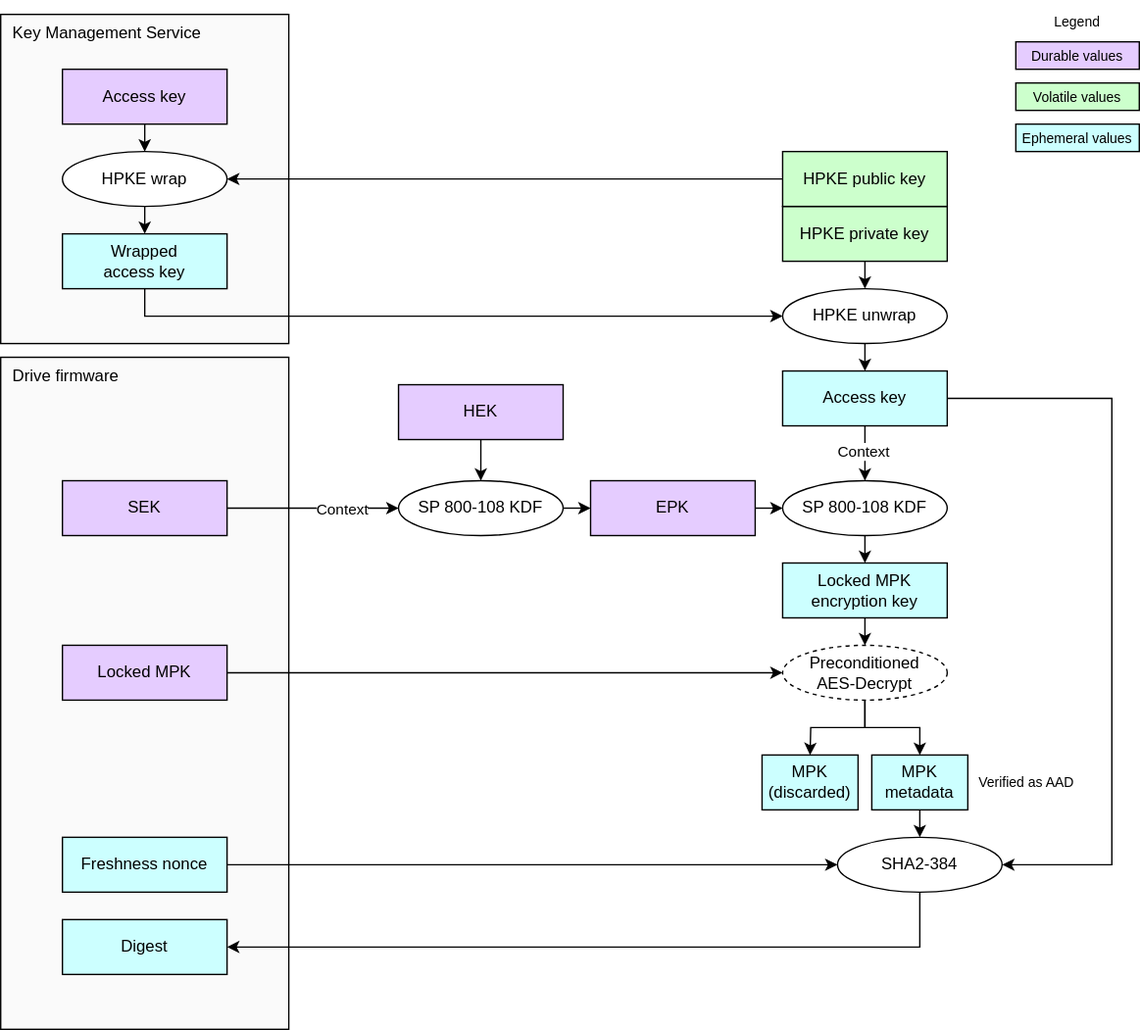
chipsalliance/Caliptra keeps this draw.io diagram as doc/ocp_lock/diagrams/mpk_access_key_testing.drawio.svg. Above is the earlier version. Source tidied: cells renumbered, new cells last; positions are measured from the earlier drawing's top-left corner, leaving out a move shared by most shapes.
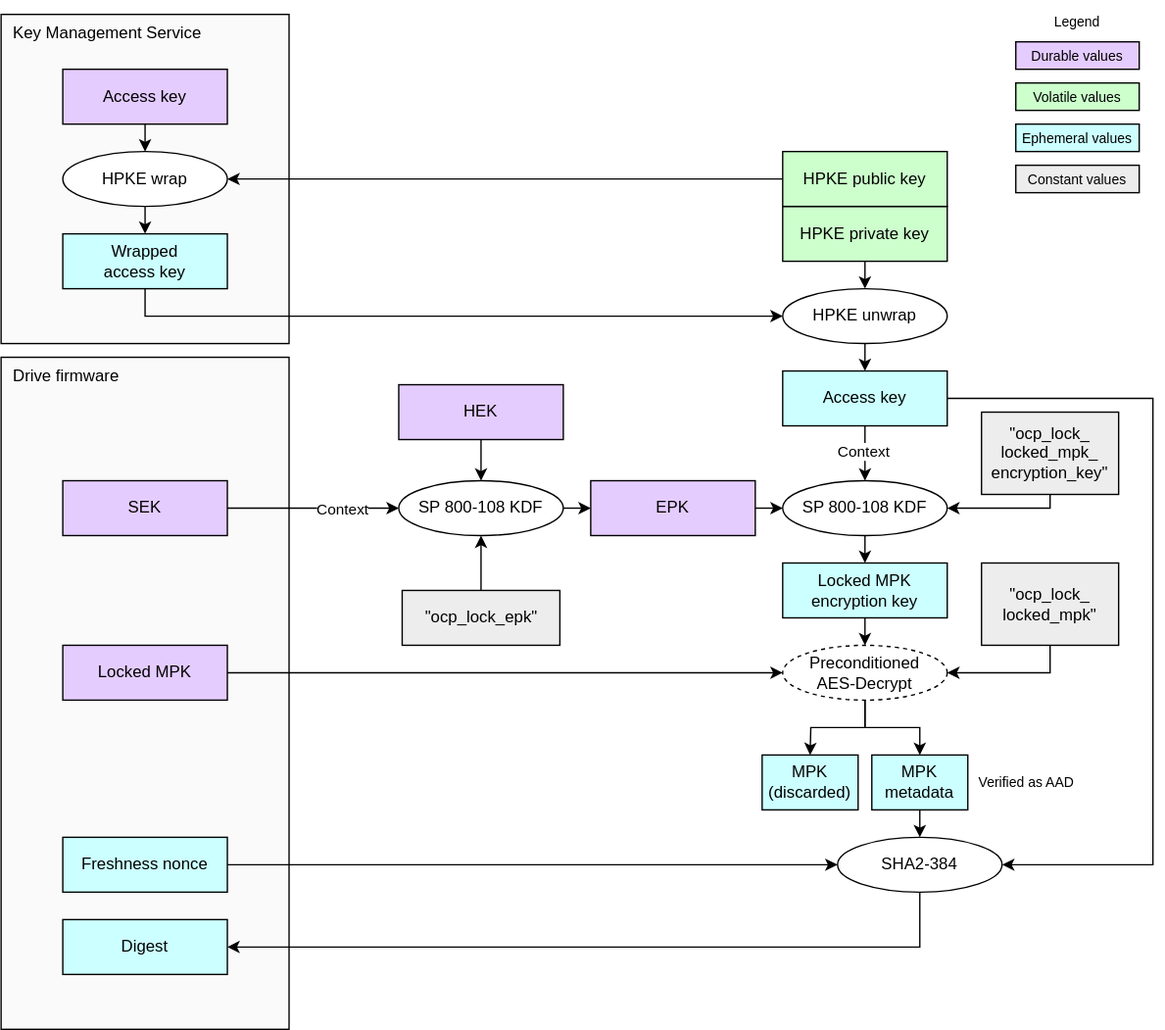
The same diagram one commit later.

Commit message:
[OCP-LOCK]: Add KDF labels to diagrams (#632)

Diff of the diagram source:
```diff
@@ -79,8 +79,8 @@
     <mxCell id="26" style="edgeStyle=orthogonalEdgeStyle;html=1;exitX=1;exitY=0.5;exitDx=0;exitDy=0;entryX=1;entryY=0.5;entryDx=0;entryDy=0;rounded=0;" parent="1" edge="1" source="27" target="8">
       <mxGeometry relative="1" as="geometry">
         <Array as="points">
-          <mxPoint x="810" y="290" />
-          <mxPoint x="810" y="630" />
+          <mxPoint x="840" y="290" />
+          <mxPoint x="840" y="630" />
         </Array>
       </mxGeometry>
     </mxCell>
@@ -164,5 +164,26 @@
         <mxPoint y="-1" as="offset" />
       </mxGeometry>
     </mxCell>
+    <mxCell id="51" style="edgeStyle=none;html=1;exitX=0.5;exitY=0;exitDx=0;exitDy=0;entryX=0.5;entryY=1;entryDx=0;entryDy=0;" parent="1" edge="1" source="52" target="45">
+      <mxGeometry relative="1" as="geometry" />
+    </mxCell>
+    <mxCell id="52" value="&lt;div&gt;&lt;span style=&quot;background-color: transparent;&quot;&gt;&quot;ocp_lock_epk&quot;&lt;/span&gt;&lt;/div&gt;" style="rounded=0;whiteSpace=wrap;html=1;align=center;verticalAlign=middle;shadow=0;glass=0;spacingLeft=0;spacingBottom=0;spacingTop=0;fillColor=#EDEDED;" parent="1" vertex="1">
+      <mxGeometry x="292.5" y="430" width="115" height="40" as="geometry" />
+    </mxCell>
+    <mxCell id="53" value="&lt;div&gt;&lt;font color=&quot;#000000&quot;&gt;Constant values&lt;/font&gt;&lt;/div&gt;" style="rounded=0;whiteSpace=wrap;html=1;align=center;verticalAlign=middle;shadow=0;glass=0;spacingLeft=0;spacingBottom=0;spacingTop=0;fillColor=#EDEDED;fontSize=10;" parent="1" vertex="1">
+      <mxGeometry x="740" y="120" width="90" height="20" as="geometry" />
+    </mxCell>
+    <mxCell id="54" style="edgeStyle=orthogonalEdgeStyle;html=1;exitX=0.5;exitY=1;exitDx=0;exitDy=0;entryX=1;entryY=0.5;entryDx=0;entryDy=0;rounded=0;curved=0;" parent="1" edge="1" source="55" target="48">
+      <mxGeometry relative="1" as="geometry" />
+    </mxCell>
+    <mxCell id="55" value="&lt;div&gt;&lt;span style=&quot;background-color: transparent;&quot;&gt;&quot;ocp_lock_&lt;br&gt;locked_mpk_&lt;br&gt;encryption_key&quot;&lt;/span&gt;&lt;/div&gt;" style="rounded=0;whiteSpace=wrap;html=1;align=center;verticalAlign=middle;shadow=0;glass=0;spacingLeft=0;spacingBottom=0;spacingTop=0;fillColor=#EDEDED;" parent="1" vertex="1">
+      <mxGeometry x="715" y="300" width="100" height="60" as="geometry" />
+    </mxCell>
+    <mxCell id="56" style="edgeStyle=orthogonalEdgeStyle;html=1;exitX=0.5;exitY=1;exitDx=0;exitDy=0;entryX=1;entryY=0.5;entryDx=0;entryDy=0;rounded=0;curved=0;" parent="1" edge="1" source="57" target="14">
+      <mxGeometry relative="1" as="geometry" />
+    </mxCell>
+    <mxCell id="57" value="&lt;div&gt;&lt;span style=&quot;background-color: transparent;&quot;&gt;&quot;ocp_lock_&lt;br&gt;locked_mpk&quot;&lt;/span&gt;&lt;/div&gt;" style="rounded=0;whiteSpace=wrap;html=1;align=center;verticalAlign=middle;shadow=0;glass=0;spacingLeft=0;spacingBottom=0;spacingTop=0;fillColor=#EDEDED;" parent="1" vertex="1">
+      <mxGeometry x="715" y="410" width="100" height="60" as="geometry" />
+    </mxCell>
   </root>
 </mxGraphModel>
```
